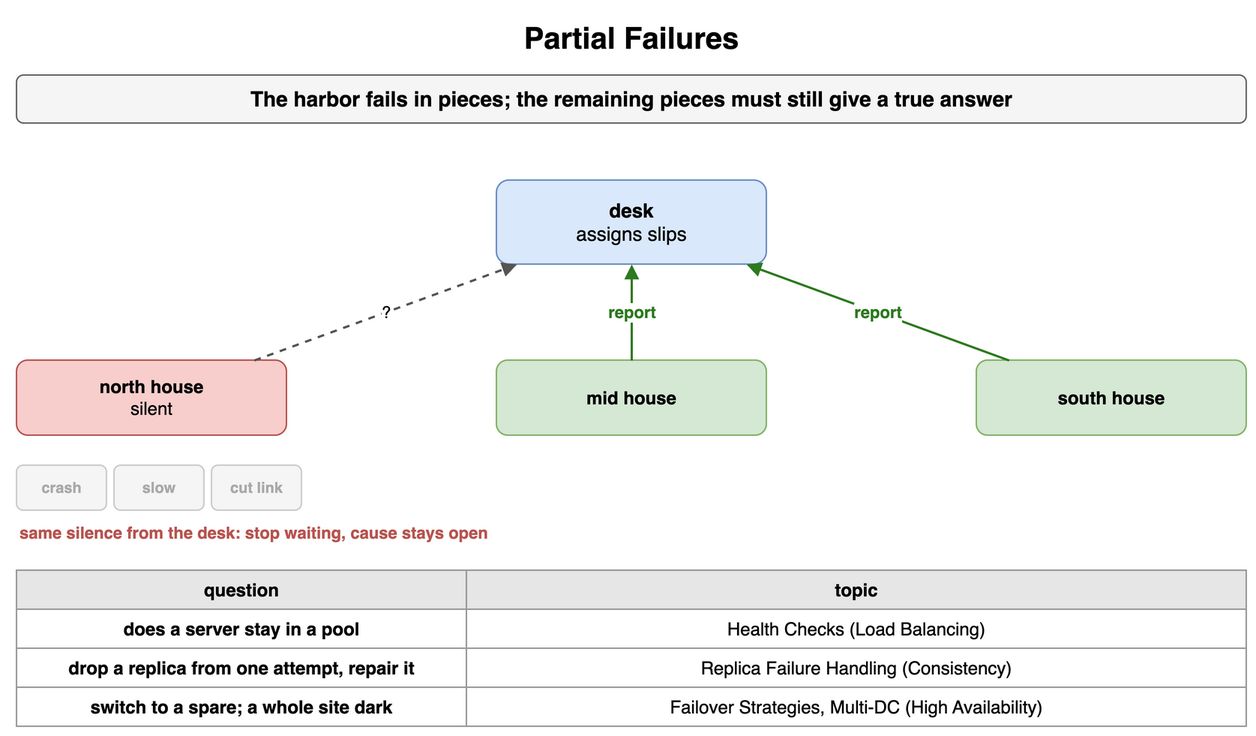
amendez13/swe-study-guide keeps this draw.io diagram as content/09_System_Design_Interview/15_Distributed_System_Failure_Modes/diagrams/failure-modes-1-partial-failures.png. Above is the earlier version. Source tidied: cells renumbered, new cells last; positions are measured from the earlier drawing's top-left corner, leaving out a move shared by most shapes. Its diagram source:
```xml
<mxGraphModel>
  <root>
    <mxCell id="0" />
    <mxCell id="1" parent="0" />
    <mxCell id="2" value="Partial Failures" style="text;html=1;align=center;verticalAlign=middle;whiteSpace=wrap;fontSize=20;fontStyle=1;" parent="1" vertex="1">
      <mxGeometry width="820" height="30" as="geometry" />
    </mxCell>
    <mxCell id="3" value="The harbor fails in pieces; the remaining pieces must still give a true answer" style="rounded=1;whiteSpace=wrap;html=1;fillColor=#f5f5f5;strokeColor=#666666;fontStyle=1;fontSize=14;" parent="1" vertex="1">
      <mxGeometry y="40" width="820" height="32" as="geometry" />
    </mxCell>
    <mxCell id="4" value="desk&lt;br&gt;&lt;span style='font-weight:normal'&gt;assigns slips&lt;/span&gt;" style="rounded=1;whiteSpace=wrap;html=1;fillColor=#dae8fc;strokeColor=#6c8ebf;fontSize=13;align=center;fontStyle=1;" parent="1" vertex="1">
      <mxGeometry x="320" y="110" width="180" height="56" as="geometry" />
    </mxCell>
    <mxCell id="5" value="north house&lt;br&gt;&lt;span style='font-weight:normal'&gt;silent&lt;/span&gt;" style="rounded=1;whiteSpace=wrap;html=1;fillColor=#f8cecc;strokeColor=#b85450;fontSize=12;align=center;fontStyle=1;" parent="1" vertex="1">
      <mxGeometry y="230" width="180" height="50" as="geometry" />
    </mxCell>
    <mxCell id="6" value="mid house" style="rounded=1;whiteSpace=wrap;html=1;fillColor=#d5e8d4;strokeColor=#82b366;fontSize=12;align=center;fontStyle=1;" parent="1" vertex="1">
      <mxGeometry x="320" y="230" width="180" height="50" as="geometry" />
    </mxCell>
    <mxCell id="7" value="south house" style="rounded=1;whiteSpace=wrap;html=1;fillColor=#d5e8d4;strokeColor=#82b366;fontSize=12;align=center;fontStyle=1;" parent="1" vertex="1">
      <mxGeometry x="640" y="230" width="180" height="50" as="geometry" />
    </mxCell>
    <mxCell id="8" value="?" style="endArrow=block;endSize=6;html=1;strokeWidth=1.5;strokeColor=#555555;fontSize=11;labelBackgroundColor=#ffffff;dashed=1;" parent="1" edge="1" source="5" target="4">
      <mxGeometry relative="1" as="geometry" />
    </mxCell>
    <mxCell id="9" value="report" style="endArrow=block;endSize=6;html=1;strokeWidth=1.5;strokeColor=#2d7a1f;fontSize=11;labelBackgroundColor=#ffffff;fontColor=#2d7a1f;fontStyle=1;" parent="1" edge="1" source="6" target="4">
      <mxGeometry relative="1" as="geometry" />
    </mxCell>
    <mxCell id="10" value="report" style="endArrow=block;endSize=6;html=1;strokeWidth=1.5;strokeColor=#2d7a1f;fontSize=11;labelBackgroundColor=#ffffff;fontColor=#2d7a1f;fontStyle=1;" parent="1" edge="1" source="7" target="4">
      <mxGeometry relative="1" as="geometry" />
    </mxCell>
    <mxCell id="11" value="crash" style="rounded=1;whiteSpace=wrap;html=1;fillColor=#f5f5f5;strokeColor=#cccccc;fontSize=10;align=center;fontStyle=1;fontColor=#aaaaaa;" parent="1" vertex="1">
      <mxGeometry y="300" width="60" height="30" as="geometry" />
    </mxCell>
    <mxCell id="12" value="slow" style="rounded=1;whiteSpace=wrap;html=1;fillColor=#f5f5f5;strokeColor=#cccccc;fontSize=10;align=center;fontStyle=1;fontColor=#aaaaaa;" parent="1" vertex="1">
      <mxGeometry x="65" y="300" width="60" height="30" as="geometry" />
    </mxCell>
    <mxCell id="13" value="cut link" style="rounded=1;whiteSpace=wrap;html=1;fillColor=#f5f5f5;strokeColor=#cccccc;fontSize=10;align=center;fontStyle=1;fontColor=#aaaaaa;" parent="1" vertex="1">
      <mxGeometry x="130" y="300" width="60" height="30" as="geometry" />
    </mxCell>
    <mxCell id="14" value="same silence from the desk: stop waiting, cause stays open" style="text;html=1;whiteSpace=wrap;fontSize=11;align=left;verticalAlign=middle;fontSize=11;fontColor=#b85450;fontStyle=1;" parent="1" vertex="1">
      <mxGeometry y="336" width="400" height="18" as="geometry" />
    </mxCell>
    <mxCell id="15" value="question" style="whiteSpace=wrap;html=1;fillColor=#e6e6e6;strokeColor=#999999;fontStyle=1;fontSize=12;" parent="1" vertex="1">
      <mxGeometry y="370" width="300" height="26" as="geometry" />
    </mxCell>
    <mxCell id="16" value="topic" style="whiteSpace=wrap;html=1;fillColor=#e6e6e6;strokeColor=#999999;fontStyle=1;fontSize=12;" parent="1" vertex="1">
      <mxGeometry x="300" y="370" width="520" height="26" as="geometry" />
    </mxCell>
    <mxCell id="17" value="does a server stay in a pool" style="whiteSpace=wrap;html=1;strokeColor=#999999;fontSize=12;fillColor=#ffffff;fontStyle=1;" parent="1" vertex="1">
      <mxGeometry y="396" width="300" height="26" as="geometry" />
    </mxCell>
    <mxCell id="18" value="Health Checks (Load Balancing)" style="whiteSpace=wrap;html=1;strokeColor=#999999;fontSize=12;fillColor=#ffffff;" parent="1" vertex="1">
      <mxGeometry x="300" y="396" width="520" height="26" as="geometry" />
    </mxCell>
    <mxCell id="19" value="drop a replica from one attempt, repair it" style="whiteSpace=wrap;html=1;strokeColor=#999999;fontSize=12;fillColor=#ffffff;fontStyle=1;" parent="1" vertex="1">
      <mxGeometry y="422" width="300" height="26" as="geometry" />
    </mxCell>
    <mxCell id="20" value="Replica Failure Handling (Consistency)" style="whiteSpace=wrap;html=1;strokeColor=#999999;fontSize=12;fillColor=#ffffff;" parent="1" vertex="1">
      <mxGeometry x="300" y="422" width="520" height="26" as="geometry" />
    </mxCell>
    <mxCell id="21" value="switch to a spare; a whole site dark" style="whiteSpace=wrap;html=1;strokeColor=#999999;fontSize=12;fillColor=#ffffff;fontStyle=1;" parent="1" vertex="1">
      <mxGeometry y="448" width="300" height="26" as="geometry" />
    </mxCell>
    <mxCell id="22" value="Failover Strategies, Multi-DC (High Availability)" style="whiteSpace=wrap;html=1;strokeColor=#999999;fontSize=12;fillColor=#ffffff;" parent="1" vertex="1">
      <mxGeometry x="300" y="448" width="520" height="26" as="geometry" />
    </mxCell>
  </root>
</mxGraphModel>
```
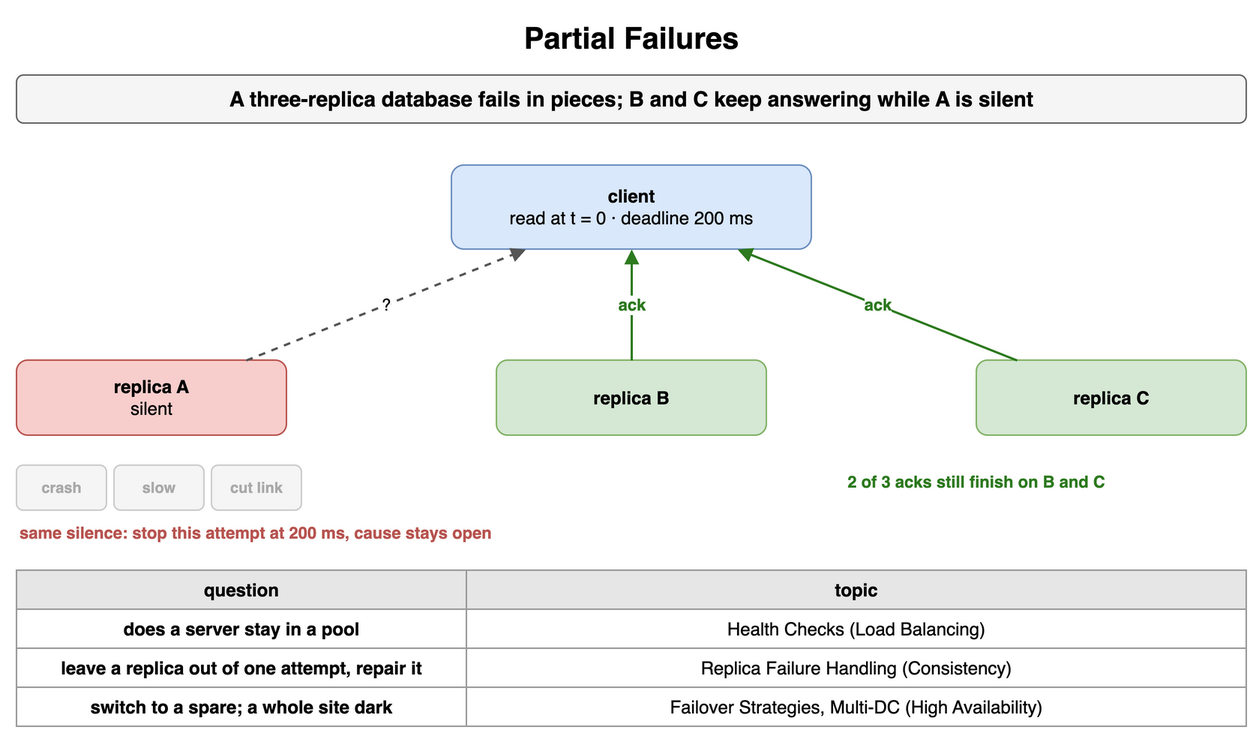
The same file after the commit.

Diff of the diagram source:
```diff
@@ -5,28 +5,28 @@
     <mxCell id="2" value="Partial Failures" style="text;html=1;align=center;verticalAlign=middle;whiteSpace=wrap;fontSize=20;fontStyle=1;" parent="1" vertex="1">
       <mxGeometry width="820" height="30" as="geometry" />
     </mxCell>
-    <mxCell id="3" value="The harbor fails in pieces; the remaining pieces must still give a true answer" style="rounded=1;whiteSpace=wrap;html=1;fillColor=#f5f5f5;strokeColor=#666666;fontStyle=1;fontSize=14;" parent="1" vertex="1">
+    <mxCell id="3" value="A three-replica database fails in pieces; B and C keep answering while A is silent" style="rounded=1;whiteSpace=wrap;html=1;fillColor=#f5f5f5;strokeColor=#666666;fontStyle=1;fontSize=14;" parent="1" vertex="1">
       <mxGeometry y="40" width="820" height="32" as="geometry" />
     </mxCell>
-    <mxCell id="4" value="desk&lt;br&gt;&lt;span style='font-weight:normal'&gt;assigns slips&lt;/span&gt;" style="rounded=1;whiteSpace=wrap;html=1;fillColor=#dae8fc;strokeColor=#6c8ebf;fontSize=13;align=center;fontStyle=1;" parent="1" vertex="1">
-      <mxGeometry x="320" y="110" width="180" height="56" as="geometry" />
+    <mxCell id="4" value="client&lt;br&gt;&lt;span style='font-weight:normal'&gt;read at t = 0 · deadline 200 ms&lt;/span&gt;" style="rounded=1;whiteSpace=wrap;html=1;fillColor=#dae8fc;strokeColor=#6c8ebf;fontSize=12;align=center;fontStyle=1;" parent="1" vertex="1">
+      <mxGeometry x="290" y="100" width="240" height="56" as="geometry" />
     </mxCell>
-    <mxCell id="5" value="north house&lt;br&gt;&lt;span style='font-weight:normal'&gt;silent&lt;/span&gt;" style="rounded=1;whiteSpace=wrap;html=1;fillColor=#f8cecc;strokeColor=#b85450;fontSize=12;align=center;fontStyle=1;" parent="1" vertex="1">
+    <mxCell id="5" value="replica A&lt;br&gt;&lt;span style='font-weight:normal'&gt;silent&lt;/span&gt;" style="rounded=1;whiteSpace=wrap;html=1;fillColor=#f8cecc;strokeColor=#b85450;fontSize=12;align=center;fontStyle=1;" parent="1" vertex="1">
       <mxGeometry y="230" width="180" height="50" as="geometry" />
     </mxCell>
-    <mxCell id="6" value="mid house" style="rounded=1;whiteSpace=wrap;html=1;fillColor=#d5e8d4;strokeColor=#82b366;fontSize=12;align=center;fontStyle=1;" parent="1" vertex="1">
+    <mxCell id="6" value="replica B" style="rounded=1;whiteSpace=wrap;html=1;fillColor=#d5e8d4;strokeColor=#82b366;fontSize=12;align=center;fontStyle=1;" parent="1" vertex="1">
       <mxGeometry x="320" y="230" width="180" height="50" as="geometry" />
     </mxCell>
-    <mxCell id="7" value="south house" style="rounded=1;whiteSpace=wrap;html=1;fillColor=#d5e8d4;strokeColor=#82b366;fontSize=12;align=center;fontStyle=1;" parent="1" vertex="1">
+    <mxCell id="7" value="replica C" style="rounded=1;whiteSpace=wrap;html=1;fillColor=#d5e8d4;strokeColor=#82b366;fontSize=12;align=center;fontStyle=1;" parent="1" vertex="1">
       <mxGeometry x="640" y="230" width="180" height="50" as="geometry" />
     </mxCell>
     <mxCell id="8" value="?" style="endArrow=block;endSize=6;html=1;strokeWidth=1.5;strokeColor=#555555;fontSize=11;labelBackgroundColor=#ffffff;dashed=1;" parent="1" edge="1" source="5" target="4">
       <mxGeometry relative="1" as="geometry" />
     </mxCell>
-    <mxCell id="9" value="report" style="endArrow=block;endSize=6;html=1;strokeWidth=1.5;strokeColor=#2d7a1f;fontSize=11;labelBackgroundColor=#ffffff;fontColor=#2d7a1f;fontStyle=1;" parent="1" edge="1" source="6" target="4">
+    <mxCell id="9" value="ack" style="endArrow=block;endSize=6;html=1;strokeWidth=1.5;strokeColor=#2d7a1f;fontSize=11;labelBackgroundColor=#ffffff;fontColor=#2d7a1f;fontStyle=1;" parent="1" edge="1" source="6" target="4">
       <mxGeometry relative="1" as="geometry" />
     </mxCell>
-    <mxCell id="10" value="report" style="endArrow=block;endSize=6;html=1;strokeWidth=1.5;strokeColor=#2d7a1f;fontSize=11;labelBackgroundColor=#ffffff;fontColor=#2d7a1f;fontStyle=1;" parent="1" edge="1" source="7" target="4">
+    <mxCell id="10" value="ack" style="endArrow=block;endSize=6;html=1;strokeWidth=1.5;strokeColor=#2d7a1f;fontSize=11;labelBackgroundColor=#ffffff;fontColor=#2d7a1f;fontStyle=1;" parent="1" edge="1" source="7" target="4">
       <mxGeometry relative="1" as="geometry" />
     </mxCell>
     <mxCell id="11" value="crash" style="rounded=1;whiteSpace=wrap;html=1;fillColor=#f5f5f5;strokeColor=#cccccc;fontSize=10;align=center;fontStyle=1;fontColor=#aaaaaa;" parent="1" vertex="1">
@@ -38,32 +38,35 @@
     <mxCell id="13" value="cut link" style="rounded=1;whiteSpace=wrap;html=1;fillColor=#f5f5f5;strokeColor=#cccccc;fontSize=10;align=center;fontStyle=1;fontColor=#aaaaaa;" parent="1" vertex="1">
       <mxGeometry x="130" y="300" width="60" height="30" as="geometry" />
     </mxCell>
-    <mxCell id="14" value="same silence from the desk: stop waiting, cause stays open" style="text;html=1;whiteSpace=wrap;fontSize=11;align=left;verticalAlign=middle;fontSize=11;fontColor=#b85450;fontStyle=1;" parent="1" vertex="1">
-      <mxGeometry y="336" width="400" height="18" as="geometry" />
+    <mxCell id="14" value="same silence: stop this attempt at 200 ms, cause stays open" style="text;html=1;whiteSpace=wrap;fontSize=11;align=left;verticalAlign=middle;fontSize=11;fontColor=#b85450;fontStyle=1;" parent="1" vertex="1">
+      <mxGeometry y="336" width="420" height="18" as="geometry" />
     </mxCell>
-    <mxCell id="15" value="question" style="whiteSpace=wrap;html=1;fillColor=#e6e6e6;strokeColor=#999999;fontStyle=1;fontSize=12;" parent="1" vertex="1">
-      <mxGeometry y="370" width="300" height="26" as="geometry" />
+    <mxCell id="15" value="2 of 3 acks still finish on B and C" style="text;html=1;whiteSpace=wrap;fontSize=11;align=center;verticalAlign=middle;fontSize=11;fontColor=#2d7a1f;fontStyle=1;" parent="1" vertex="1">
+      <mxGeometry x="460" y="296" width="360" height="30" as="geometry" />
     </mxCell>
-    <mxCell id="16" value="topic" style="whiteSpace=wrap;html=1;fillColor=#e6e6e6;strokeColor=#999999;fontStyle=1;fontSize=12;" parent="1" vertex="1">
-      <mxGeometry x="300" y="370" width="520" height="26" as="geometry" />
+    <mxCell id="16" value="question" style="whiteSpace=wrap;html=1;fillColor=#e6e6e6;strokeColor=#999999;fontStyle=1;fontSize=12;" parent="1" vertex="1">
+      <mxGeometry y="370" width="300" height="26" as="geometry" />
     </mxCell>
-    <mxCell id="17" value="does a server stay in a pool" style="whiteSpace=wrap;html=1;strokeColor=#999999;fontSize=12;fillColor=#ffffff;fontStyle=1;" parent="1" vertex="1">
-      <mxGeometry y="396" width="300" height="26" as="geometry" />
+    <mxCell id="17" value="topic" style="whiteSpace=wrap;html=1;fillColor=#e6e6e6;strokeColor=#999999;fontStyle=1;fontSize=12;" parent="1" vertex="1">
+      <mxGeometry x="300" y="370" width="520" height="26" as="geometry" />
     </mxCell>
-    <mxCell id="18" value="Health Checks (Load Balancing)" style="whiteSpace=wrap;html=1;strokeColor=#999999;fontSize=12;fillColor=#ffffff;" parent="1" vertex="1">
-      <mxGeometry x="300" y="396" width="520" height="26" as="geometry" />
+    <mxCell id="18" value="does a server stay in a pool" style="whiteSpace=wrap;html=1;strokeColor=#999999;fontSize=12;fillColor=#ffffff;fontStyle=1;" parent="1" vertex="1">
+      <mxGeometry y="396" width="300" height="26" as="geometry" />
     </mxCell>
-    <mxCell id="19" value="drop a replica from one attempt, repair it" style="whiteSpace=wrap;html=1;strokeColor=#999999;fontSize=12;fillColor=#ffffff;fontStyle=1;" parent="1" vertex="1">
-      <mxGeometry y="422" width="300" height="26" as="geometry" />
+    <mxCell id="19" value="Health Checks (Load Balancing)" style="whiteSpace=wrap;html=1;strokeColor=#999999;fontSize=12;fillColor=#ffffff;" parent="1" vertex="1">
+      <mxGeometry x="300" y="396" width="520" height="26" as="geometry" />
     </mxCell>
-    <mxCell id="20" value="Replica Failure Handling (Consistency)" style="whiteSpace=wrap;html=1;strokeColor=#999999;fontSize=12;fillColor=#ffffff;" parent="1" vertex="1">
-      <mxGeometry x="300" y="422" width="520" height="26" as="geometry" />
+    <mxCell id="20" value="leave a replica out of one attempt, repair it" style="whiteSpace=wrap;html=1;strokeColor=#999999;fontSize=12;fillColor=#ffffff;fontStyle=1;" parent="1" vertex="1">
+      <mxGeometry y="422" width="300" height="26" as="geometry" />
     </mxCell>
-    <mxCell id="21" value="switch to a spare; a whole site dark" style="whiteSpace=wrap;html=1;strokeColor=#999999;fontSize=12;fillColor=#ffffff;fontStyle=1;" parent="1" vertex="1">
-      <mxGeometry y="448" width="300" height="26" as="geometry" />
+    <mxCell id="21" value="Replica Failure Handling (Consistency)" style="whiteSpace=wrap;html=1;strokeColor=#999999;fontSize=12;fillColor=#ffffff;" parent="1" vertex="1">
+      <mxGeometry x="300" y="422" width="520" height="26" as="geometry" />
     </mxCell>
-    <mxCell id="22" value="Failover Strategies, Multi-DC (High Availability)" style="whiteSpace=wrap;html=1;strokeColor=#999999;fontSize=12;fillColor=#ffffff;" parent="1" vertex="1">
-      <mxGeometry x="300" y="448" width="520" height="26" as="geometry" />
+    <mxCell id="22" value="switch to a spare; a whole site dark" style="whiteSpace=wrap;html=1;strokeColor=#999999;fontSize=12;fillColor=#ffffff;fontStyle=1;" parent="1" vertex="1">
+      <mxGeometry y="448" width="300" height="26" as="geometry" />
     </mxCell>
+    <mxCell id="23" value="Failover Strategies, Multi-DC (High Availability)" style="whiteSpace=wrap;html=1;strokeColor=#999999;fontSize=12;fillColor=#ffffff;" parent="1" vertex="1">
+      <mxGeometry x="300" y="448" width="520" height="26" as="geometry" />
+    </mxCell>
   </root>
 </mxGraphModel>
```
